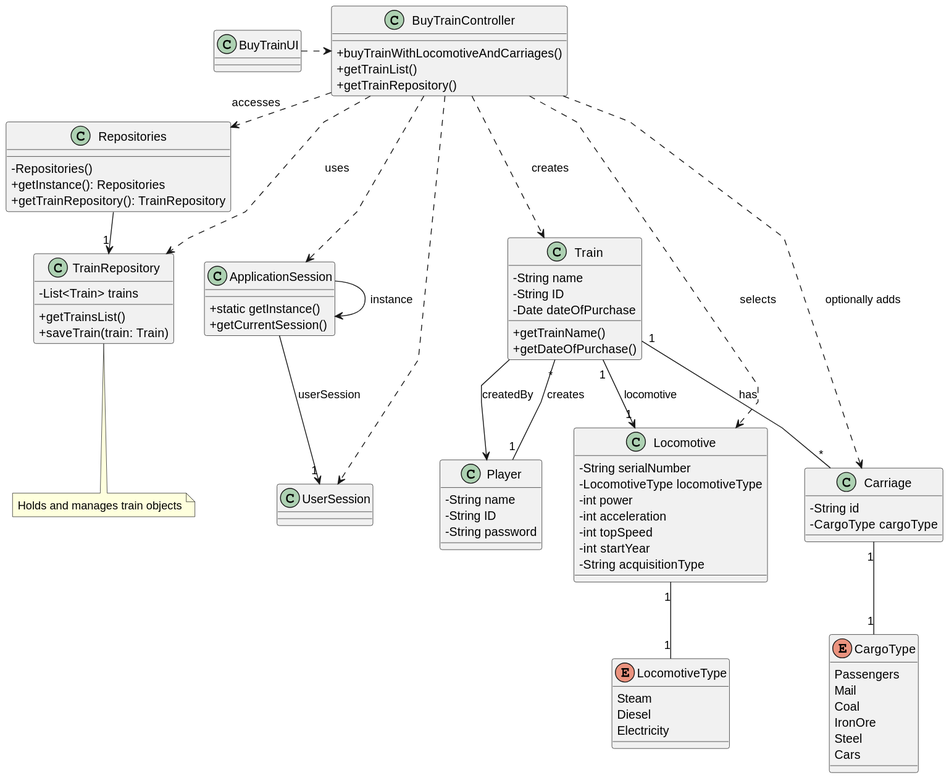
This is docs/sprint2/us009/03.design/svg/us009-class-diagram.svg from ivasduarte/all-aboard, a PlantUML export, as it was before one commit.
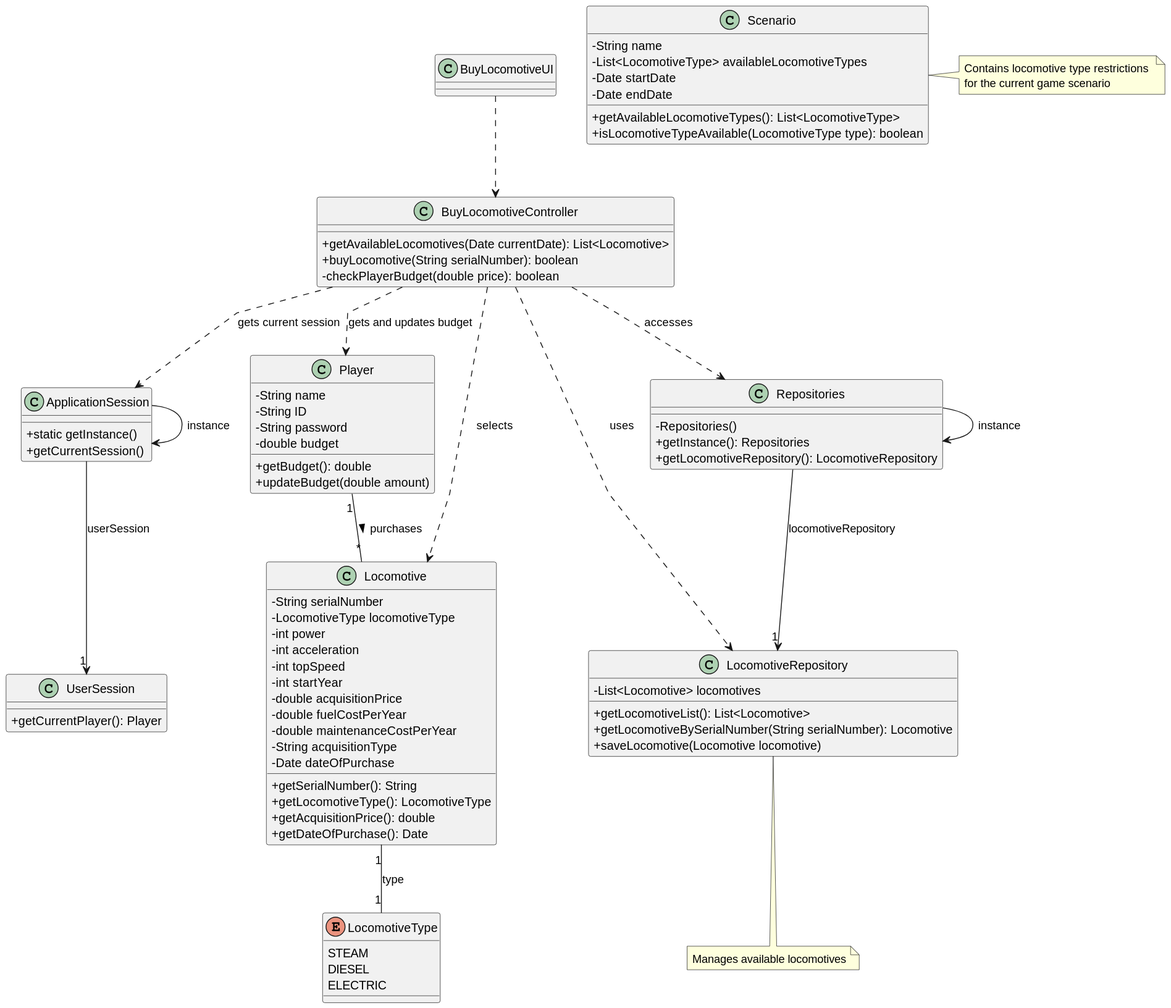
The same file after the commit.

Commit message:
US009(docs): updated class and sequence diagram according to changes on the project assignment

Diff of the diagram source:
```diff
@@ -11,20 +11,16 @@
 }
 
 class UserSession {
+    + getCurrentPlayer(): Player
 }
 
 class Player {
     - String name
     - String ID
     - String password
-}
-
-class Train {
-    - String name
-    - String ID
-    - Date dateOfPurchase
-    + getTrainName()
-    + getDateOfPurchase()
+    - double budget
+    + getBudget(): double
+    + updateBudget(double amount)
 }
 
 class Locomotive {
@@ -34,76 +30,76 @@
     - int acceleration
     - int topSpeed
     - int startYear
+    - double acquisitionPrice
+    - double fuelCostPerYear
+    - double maintenanceCostPerYear
     - String acquisitionType
+    - Date dateOfPurchase
+    + getSerialNumber(): String
+    + getLocomotiveType(): LocomotiveType
+    + getAcquisitionPrice(): double
+    + getDateOfPurchase(): Date
 }
 
 enum LocomotiveType {
-    Steam
-    Diesel
-    Electricity
+    STEAM
+    DIESEL
+    ELECTRIC
 }
 
-class Carriage {
-    - String id
-    - CargoType cargoType
-}
-
-enum CargoType {
-    Passengers
-    Mail
-    Coal
-    IronOre
-    Steel
-    Cars
-}
-
-class TrainRepository {
-    - List<Train> trains
-    + getTrainsList()
-    + saveTrain(train: Train)
+class LocomotiveRepository {
+    - List<Locomotive> locomotives
+    + getLocomotiveList(): List<Locomotive>
+    + getLocomotiveBySerialNumber(String serialNumber): Locomotive
+    + saveLocomotive(Locomotive locomotive)
 }
 
 class Repositories {
     - Repositories()
     + getInstance(): Repositories
-    + getTrainRepository(): TrainRepository
+    + getLocomotiveRepository(): LocomotiveRepository
 }
 
-class BuyTrainController {
-    + buyTrainWithLocomotiveAndCarriages()
-    + getTrainList()
-    + getTrainRepository()
+class Scenario {
+    - String name
+    - List<LocomotiveType> availableLocomotiveTypes
+    - Date startDate
+    - Date endDate
+    + getAvailableLocomotiveTypes(): List<LocomotiveType>
+    + isLocomotiveTypeAvailable(LocomotiveType type): boolean
 }
 
-class BuyTrainUI {
+class BuyLocomotiveController {
+    + getAvailableLocomotives(Date currentDate): List<Locomotive>
+    + buyLocomotive(String serialNumber): boolean
+    - checkPlayerBudget(double price): boolean
 }
 
+class BuyLocomotiveUI {
+}
 
-BuyTrainUI .> BuyTrainController
-BuyTrainController .> Repositories : accesses
-BuyTrainController ..> TrainRepository : uses
-BuyTrainController ..> Train : creates
-BuyTrainController ..> Locomotive : selects
-BuyTrainController ..> Carriage : optionally adds
+BuyLocomotiveUI ..> BuyLocomotiveController
+BuyLocomotiveController ..> Repositories : accesses
+BuyLocomotiveController ..> LocomotiveRepository : uses
+BuyLocomotiveController ..> Locomotive : selects
+BuyLocomotiveController ..> ApplicationSession : gets current session
+BuyLocomotiveController ..> Player : gets and updates budget
 
 ApplicationSession -> ApplicationSession : instance
 ApplicationSession --> "1" UserSession : userSession
-BuyTrainController ..> ApplicationSession
-BuyTrainController ..> UserSession
 
-Repositories -> "1" TrainRepository
+Repositories -> Repositories : instance
+Repositories --> "1" LocomotiveRepository : locomotiveRepository
 
+Player "1" -- "*" Locomotive : purchases >
+Locomotive "1" -- "1" LocomotiveType : type
 
-Train "1" --> "1" Locomotive : locomotive
-Train "1" -- "*" Carriage : has
-Player "1" -- "*" Train : creates
+note bottom of LocomotiveRepository
+    Manages available locomotives
+end note
 
-Locomotive "1" -- "1" LocomotiveType
-Carriage "1" -- "1" CargoType
-
-Train --> Player : createdBy
-
-note bottom of TrainRepository
-    Holds and manages train objects
+note right of Scenario
+    Contains locomotive type restrictions
+    for the current game scenario
 end note
 @enduml
```
